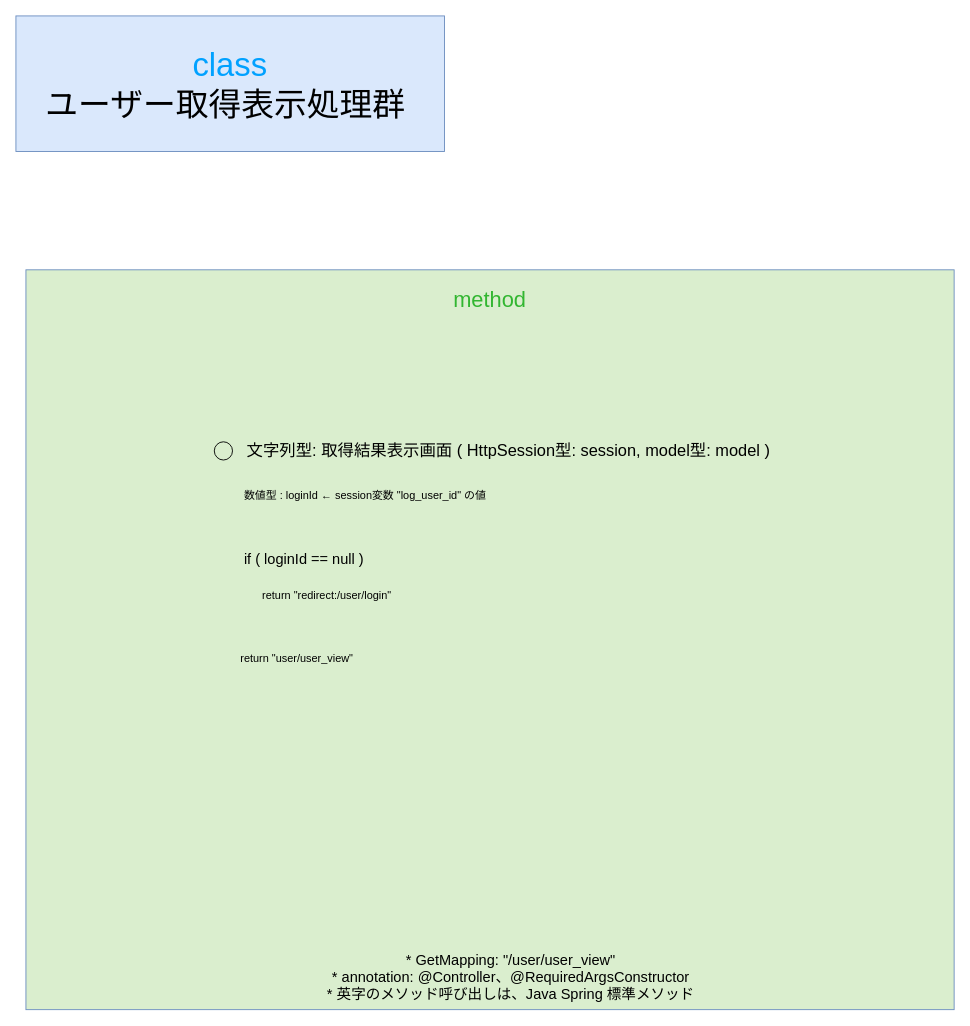
The draw.io diagram gijigengo/controller/view/user/meeting_reservation_sys controller_view_user UserGetViewControllerクラス 疑似言語.drawio in tro319/meeting_reservation_system, before the edit. Source tidied: cells renumbered, new cells numbered last; positions are measured from the earlier drawing's top-left corner, leaving out a move shared by most shapes. Both pictures are drawn from the tidied source at 91%, with x=0, y=0 at pixel (15, 15).
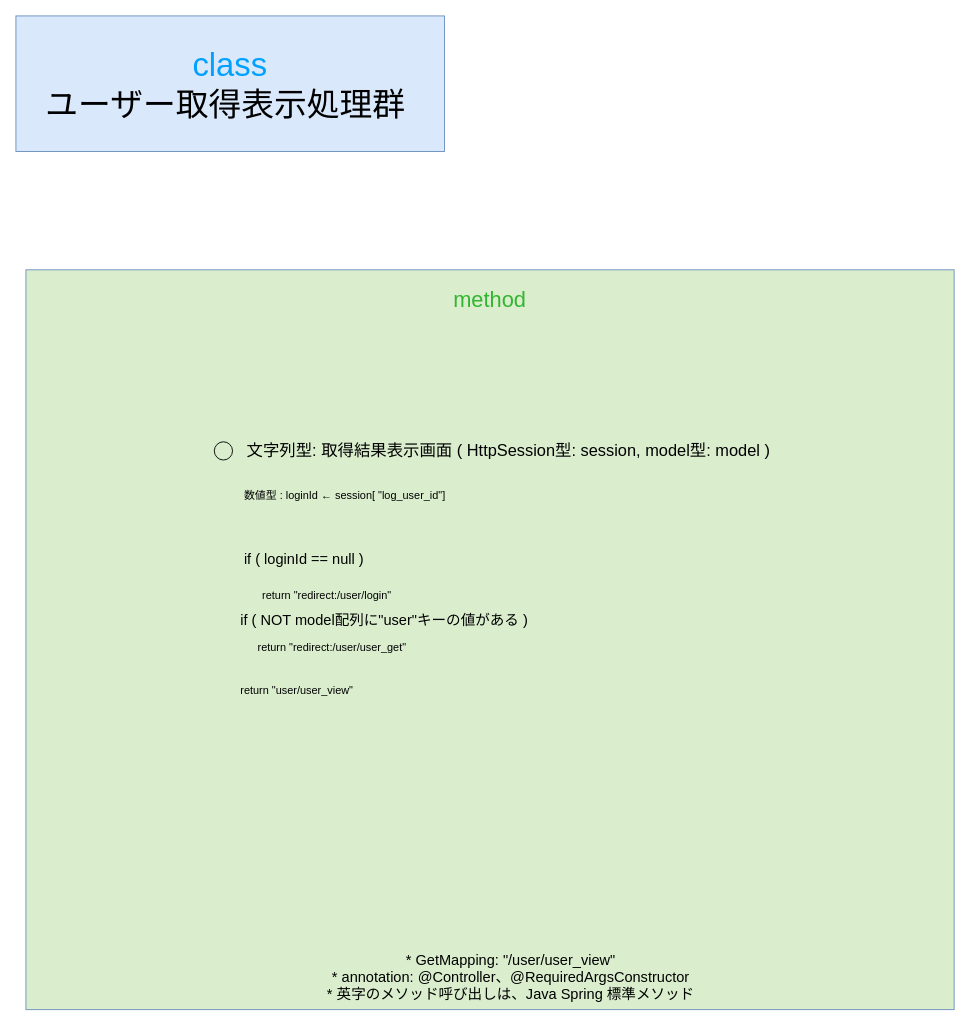
The same page after the edit.

What changed in the source:
```diff
@@
 <mxGraphModel>
   <root>
     <mxCell id="0" />
     <mxCell id="1" parent="0" />
     <mxCell id="2" value="&lt;div&gt;&lt;span style=&quot;color: rgb(0, 161, 255);&quot;&gt;class&lt;/span&gt;&lt;/div&gt;&lt;div&gt;ユーザー取得表示処理群&amp;nbsp;&lt;/div&gt;" style="text;html=1;whiteSpace=wrap;strokeColor=#6c8ebf;fillColor=#dae8fc;align=center;verticalAlign=middle;rounded=0;fontSize=36;" parent="1" vertex="1">
       <mxGeometry width="471" height="149" as="geometry" />
     </mxCell>
     <mxCell id="3" value="&lt;div&gt;&lt;font style=&quot;font-size: 24px;&quot;&gt;&lt;span style=&quot;color: rgb(50, 182, 49);&quot;&gt;&lt;span style=&quot;&quot;&gt;&lt;span style=&quot;&quot;&gt;&lt;span&gt;method&lt;/span&gt;&lt;/span&gt;&lt;/span&gt;&lt;/span&gt;&lt;/font&gt;&lt;/div&gt;&lt;div&gt;&lt;font style=&quot;font-size: 24px;&quot;&gt;&lt;span style=&quot;color: rgba(0, 0, 0, 0);&quot;&gt;&lt;span style=&quot;color: rgba(0, 0, 0, 0);&quot;&gt;&lt;span style=&quot;&quot;&gt;&lt;span style=&quot;&quot;&gt;&lt;br&gt;&lt;/span&gt;&lt;/span&gt;&lt;/span&gt;&lt;/span&gt;&lt;/font&gt;&lt;/div&gt;" style="text;html=1;whiteSpace=wrap;strokeColor=#6c8ebf;fillColor=light-dark(#daeece, #214210);align=center;verticalAlign=top;rounded=0;fontSize=36;fontColor=#00A1FF;" parent="1" vertex="1">
       <mxGeometry x="11" y="279" width="1020" height="813" as="geometry" />
     </mxCell>
-    <mxCell id="4" value="&lt;div&gt;&lt;span style=&quot;color: rgb(0, 0, 0);&quot;&gt;&lt;font&gt;数値型 : loginId ←&amp;nbsp;&lt;/font&gt;&lt;/span&gt;&lt;span style=&quot;color: rgb(0, 0, 0);&quot;&gt;&lt;font&gt;session変数 &quot;log_user_id&quot; の値&lt;/font&gt;&lt;/span&gt;&lt;/div&gt;" style="text;html=1;whiteSpace=wrap;strokeColor=none;fillColor=none;align=left;verticalAlign=middle;rounded=0;fontSize=12;" parent="1" vertex="1">
+    <mxCell id="4" value="&lt;div&gt;&lt;span style=&quot;color: rgb(0, 0, 0);&quot;&gt;&lt;font&gt;数値型 : loginId ←&amp;nbsp;&lt;/font&gt;&lt;/span&gt;&lt;span style=&quot;color: rgb(0, 0, 0);&quot;&gt;&lt;font&gt;session[ &quot;log_user_id&quot;]&lt;/font&gt;&lt;/span&gt;&lt;/div&gt;" style="text;html=1;whiteSpace=wrap;strokeColor=none;fillColor=none;align=left;verticalAlign=middle;rounded=0;fontSize=12;" parent="1" vertex="1">
       <mxGeometry x="249" y="512" width="590" height="30" as="geometry" />
     </mxCell>
     <mxCell id="5" value="&lt;div&gt;&lt;span&gt;&lt;span&gt;&lt;span style=&quot;color: rgb(0, 0, 0);&quot;&gt;&lt;font style=&quot;font-size: 16px;&quot;&gt;* GetMapping: &quot;/user/user_view&quot;&lt;/font&gt;&lt;/span&gt;&lt;/span&gt;&lt;/span&gt;&lt;/div&gt;&lt;div&gt;&lt;span&gt;&lt;span&gt;&lt;span style=&quot;color: rgb(0, 0, 0);&quot;&gt;&lt;font style=&quot;font-size: 16px;&quot;&gt;* annotation: @Controller、@RequiredArgsConstructor&lt;/font&gt;&lt;/span&gt;&lt;/span&gt;&lt;/span&gt;&lt;/div&gt;&lt;div&gt;&lt;span&gt;&lt;span&gt;&lt;span style=&quot;color: rgb(0, 0, 0);&quot;&gt;&lt;font style=&quot;font-size: 16px;&quot;&gt;* 英字のメソッド呼び出しは、Java Spring 標準メソッド&lt;/font&gt;&lt;/span&gt;&lt;/span&gt;&lt;/span&gt;&lt;/div&gt;" style="text;html=1;whiteSpace=wrap;strokeColor=none;fillColor=none;align=center;verticalAlign=middle;rounded=0;" parent="1" vertex="1">
       <mxGeometry x="249" y="1041" width="590" height="30" as="geometry" />
     </mxCell>
     <mxCell id="6" value="&lt;div align=&quot;left&quot;&gt;&lt;span style=&quot;color: rgb(0, 0, 0);&quot;&gt;&lt;font style=&quot;font-size: 16px;&quot;&gt;if ( loginId == null )&amp;nbsp;&lt;/font&gt;&lt;/span&gt;&lt;/div&gt;" style="text;html=1;whiteSpace=wrap;strokeColor=none;fillColor=none;align=left;verticalAlign=middle;rounded=0;" parent="1" vertex="1">
       <mxGeometry x="249" y="582" width="590" height="30" as="geometry" />
     </mxCell>
     <mxCell id="7" value="return &quot;redirect:/user/login&quot;" style="text;html=1;whiteSpace=wrap;strokeColor=none;fillColor=none;align=left;verticalAlign=middle;rounded=0;" parent="1" vertex="1">
       <mxGeometry x="269" y="622" width="590" height="30" as="geometry" />
     </mxCell>
     <mxCell id="8" value="return &quot;user/user_view&quot;" style="text;html=1;whiteSpace=wrap;strokeColor=none;fillColor=none;align=left;verticalAlign=middle;rounded=0;" parent="1" vertex="1">
-      <mxGeometry x="245" y="692" width="590" height="30" as="geometry" />
+      <mxGeometry x="245" y="727" width="590" height="30" as="geometry" />
     </mxCell>
     <mxCell id="9" value="&amp;nbsp; &amp;nbsp; &amp;nbsp; &amp;nbsp; &amp;nbsp; &amp;nbsp; &amp;nbsp;" style="ellipse;whiteSpace=wrap;html=1;fillColor=none;" parent="1" vertex="1">
       <mxGeometry x="218" y="468" width="20" height="20" as="geometry" />
     </mxCell>
     <mxCell id="10" value="&lt;font style=&quot;font-size: 18px;&quot;&gt;&lt;span&gt;&lt;span&gt;&lt;span style=&quot;color: rgb(0, 0, 0);&quot;&gt;&lt;font&gt;文字列型: 取得結果表示画面 ( HttpSession型: session, model型: model )&lt;/font&gt;&lt;/span&gt;&lt;/span&gt;&lt;/span&gt;&lt;/font&gt;" style="whiteSpace=wrap;html=1;fillColor=none;labelBorderColor=none;strokeColor=none;" parent="1" vertex="1">
       <mxGeometry x="249" y="463" width="585" height="30" as="geometry" />
     </mxCell>
+    <mxCell id="11" value="&lt;div align=&quot;left&quot;&gt;&lt;span style=&quot;color: rgb(0, 0, 0);&quot;&gt;&lt;font style=&quot;font-size: 16px;&quot;&gt;if ( NOT model配列に&quot;user&quot;キーの値がある )&amp;nbsp;&lt;/font&gt;&lt;/span&gt;&lt;/div&gt;" style="text;html=1;whiteSpace=wrap;strokeColor=none;fillColor=none;align=left;verticalAlign=middle;rounded=0;" parent="1" vertex="1">
+      <mxGeometry x="245" y="649" width="590" height="30" as="geometry" />
+    </mxCell>
+    <mxCell id="12" value="return &quot;redirect:/user/user_get&quot;" style="text;html=1;whiteSpace=wrap;strokeColor=none;fillColor=none;align=left;verticalAlign=middle;rounded=0;" parent="1" vertex="1">
+      <mxGeometry x="264" y="679" width="590" height="30" as="geometry" />
+    </mxCell>
   </root>
 </mxGraphModel>
```
